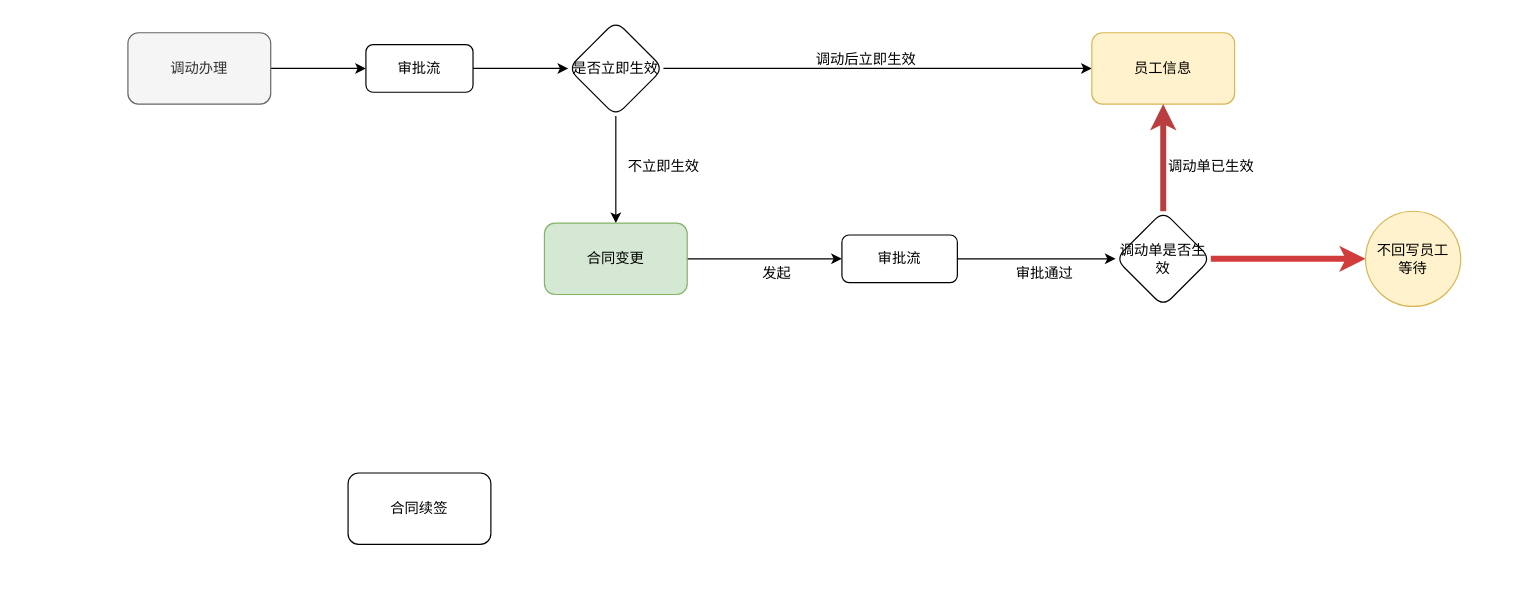
Above: 合同变更.drawio in Super-YYQ/drawIo (draw.io), before the change. Source tidied: cells renumbered, new cells numbered last; positions are measured from the earlier drawing's top-left corner, leaving out a move shared by most shapes. Both pictures are drawn from the tidied source at 119%, with x=0, y=0 at pixel (127, 20).
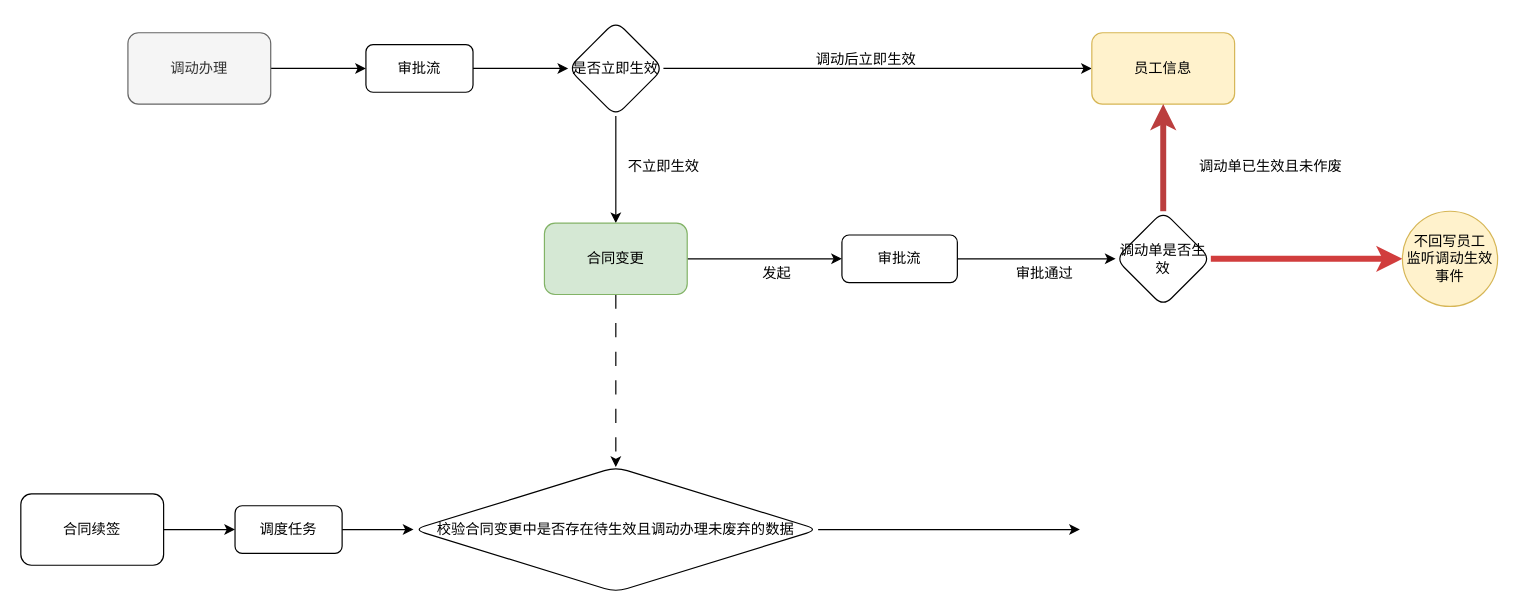
After the change.

Commit message (it also covers changes not shown here):
更新合同变更.drawio

The change refers to these unchanged cells:
```xml
<mxCell id="11" value="合同变更" style="whiteSpace=wrap;html=1;rounded=1;fillColor=#d5e8d4;strokeColor=#82b366;" parent="1" vertex="1">
  <mxGeometry x="350" y="170" width="120" height="60" as="geometry" />
</mxCell>
```

Diff of the diagram source:
```diff
@@
+    <mxCell id="24" style="edgeStyle=orthogonalEdgeStyle;rounded=0;jettySize=auto;html=1;dashed=1;dashPattern=12 12;" parent="1" edge="1" source="11" target="29">
+      <mxGeometry relative="1" as="geometry" />
+    </mxCell>
@@
-    <mxCell id="17" value="调动单已生效" style="text;html=1;align=center;verticalAlign=middle;strokeColor=none;fillColor=none;" parent="1" vertex="1">
-      <mxGeometry x="860" y="108" width="100" height="30" as="geometry" />
+    <mxCell id="17" value="调动单已生效且未作废" style="text;html=1;align=center;verticalAlign=middle;strokeColor=none;fillColor=none;" parent="1" vertex="1">
+      <mxGeometry x="890" y="108" width="140" height="30" as="geometry" />
     </mxCell>
@@
-    <mxCell id="20" value="不回写员工&lt;br&gt;等待" style="ellipse;whiteSpace=wrap;html=1;rounded=1;fillColor=#fff2cc;strokeColor=#d6b656;" parent="1" vertex="1">
-      <mxGeometry x="1040" y="160" width="80" height="80" as="geometry" />
+    <mxCell id="20" value="不回写员工&lt;br&gt;监听调动生效事件" style="ellipse;whiteSpace=wrap;html=1;rounded=1;fillColor=#fff2cc;strokeColor=#d6b656;" parent="1" vertex="1">
+      <mxGeometry x="1071" y="160" width="80" height="80" as="geometry" />
     </mxCell>
@@
+    <mxCell id="25" style="edgeStyle=orthogonalEdgeStyle;rounded=0;jettySize=auto;html=1;" parent="1" edge="1" source="23" target="27">
+      <mxGeometry relative="1" as="geometry" />
+    </mxCell>
     <mxCell id="23" value="合同续签" style="rounded=1;whiteSpace=wrap;html=1;" parent="1" vertex="1">
-      <mxGeometry x="185" y="380" width="120" height="60" as="geometry" />
+      <mxGeometry x="-90" y="397.5" width="120" height="60" as="geometry" />
     </mxCell>
+    <mxCell id="26" style="edgeStyle=orthogonalEdgeStyle;rounded=0;jettySize=auto;html=1;" parent="1" edge="1" source="27" target="29">
+      <mxGeometry relative="1" as="geometry" />
+    </mxCell>
+    <mxCell id="27" value="调度任务" style="rounded=1;whiteSpace=wrap;html=1;" parent="1" vertex="1">
+      <mxGeometry x="90" y="407.5" width="90" height="40" as="geometry" />
+    </mxCell>
+    <mxCell id="28" style="edgeStyle=orthogonalEdgeStyle;rounded=0;jettySize=auto;html=1;" parent="1" edge="1" source="29">
+      <mxGeometry relative="1" as="geometry">
+        <mxPoint x="800" y="427.5" as="targetPoint" />
+      </mxGeometry>
+    </mxCell>
+    <mxCell id="29" value="校验合同变更中是否存在待生效且调动办理未废弃的数据" style="rhombus;whiteSpace=wrap;html=1;rounded=1;" parent="1" vertex="1">
+      <mxGeometry x="240" y="375" width="340" height="105" as="geometry" />
+    </mxCell>
```
